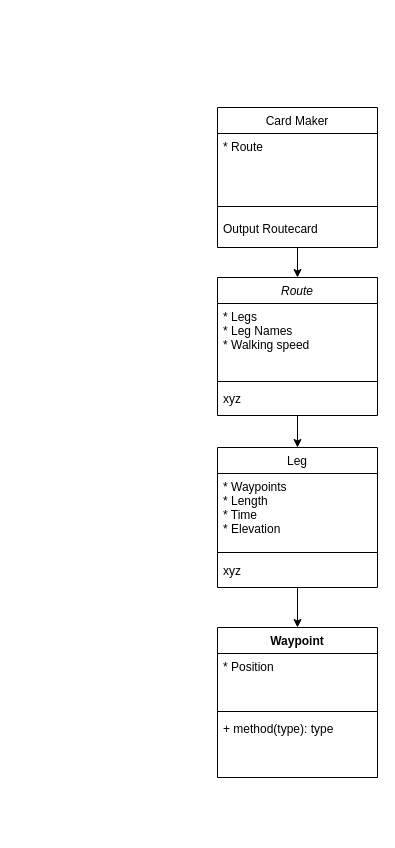
Jet-b/NEA-Route-Planner- keeps this draw.io diagram as Class Diagram.drawio. Above is the earlier version. Source tidied: cells renumbered, new cells numbered last; positions are measured from the earlier drawing's top-left corner, leaving out a move shared by most shapes. Both pictures are drawn from the tidied source at 100%, with x=0, y=0 at pixel (217, 107).
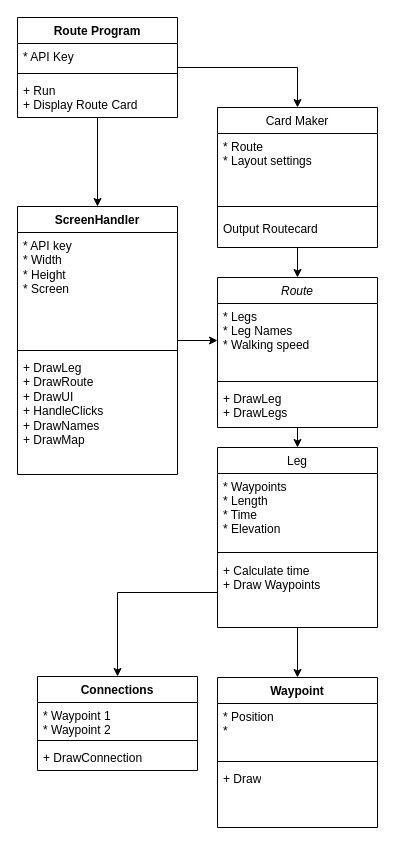
Above is the later version.

Commit message:
updated class diagrams

Unchanged cells that the change refers to:
```xml
<mxCell id="13" value="Card Maker" style="swimlane;fontStyle=0;align=center;verticalAlign=top;horizontal=1;startSize=26;rounded=0;shadow=0;strokeWidth=1;" parent="1" vertex="1">
  <mxGeometry width="160" height="140" as="geometry" />
</mxCell>
```

Change to the diagram source:
```diff
@@
     <mxCell id="3" value="Route" style="swimlane;fontStyle=2;align=center;verticalAlign=top;horizontal=1;startSize=26;rounded=0;shadow=0;strokeWidth=1;" parent="1" vertex="1">
-      <mxGeometry y="170" width="160" height="138" as="geometry" />
+      <mxGeometry y="170" width="160" height="150" as="geometry" />
     </mxCell>
-    <mxCell id="4" value="* Legs&#10;* Leg Names&#10;* Walking speed" style="text;align=left;verticalAlign=top;spacingLeft=4;spacingRight=4;overflow=hidden;points=[[0,0.5],[1,0.5]];portConstraint=eastwest;" parent="3" vertex="1">
+    <mxCell id="4" value="* Legs&#10;* Leg Names&#10;* Walking speed&#10;&#10;" style="text;align=left;verticalAlign=top;spacingLeft=4;spacingRight=4;overflow=hidden;points=[[0,0.5],[1,0.5]];portConstraint=eastwest;" parent="3" vertex="1">
       <mxGeometry y="26" width="160" height="74" as="geometry" />
     </mxCell>
@@
-    <mxCell id="6" value="xyz" style="text;align=left;verticalAlign=top;spacingLeft=4;spacingRight=4;overflow=hidden;" parent="3" vertex="1">
-      <mxGeometry y="108" width="160" height="26" as="geometry" />
+    <mxCell id="6" value="+ DrawLeg&#10;+ DrawLegs&#10;" style="text;align=left;verticalAlign=top;spacingLeft=4;spacingRight=4;overflow=hidden;" parent="3" vertex="1">
+      <mxGeometry y="108" width="160" height="42" as="geometry" />
     </mxCell>
@@
     <mxCell id="8" value="Leg" style="swimlane;fontStyle=0;align=center;verticalAlign=top;horizontal=1;startSize=26;rounded=0;shadow=0;strokeWidth=1;" parent="1" vertex="1">
-      <mxGeometry y="340" width="160" height="140" as="geometry" />
+      <mxGeometry y="340" width="160" height="180" as="geometry" />
     </mxCell>
@@
-    <mxCell id="11" value="xyz" style="text;align=left;verticalAlign=top;spacingLeft=4;spacingRight=4;overflow=hidden;points=[[0,0.5],[1,0.5]];portConstraint=eastwest;" parent="8" vertex="1">
-      <mxGeometry y="110" width="160" height="26" as="geometry" />
+    <mxCell id="11" value="+ Calculate time&#10;+ Draw Waypoints" style="text;align=left;verticalAlign=top;spacingLeft=4;spacingRight=4;overflow=hidden;points=[[0,0.5],[1,0.5]];portConstraint=eastwest;" parent="8" vertex="1">
+      <mxGeometry y="110" width="160" height="70" as="geometry" />
     </mxCell>
@@
-    <mxCell id="14" value="* Route" style="text;align=left;verticalAlign=top;spacingLeft=4;spacingRight=4;overflow=hidden;" parent="13" vertex="1">
+    <mxCell id="14" value="* Route&#10;* Layout settings" style="text;align=left;verticalAlign=top;spacingLeft=4;spacingRight=4;overflow=hidden;" parent="13" vertex="1">
       <mxGeometry y="26" width="160" height="64" as="geometry" />
     </mxCell>
@@
     <mxCell id="17" value="Waypoint" style="swimlane;fontStyle=1;align=center;verticalAlign=top;horizontal=1;startSize=26;whiteSpace=wrap;html=1;" parent="1" vertex="1">
-      <mxGeometry y="520" width="160" height="150" as="geometry" />
+      <mxGeometry y="570" width="160" height="150" as="geometry" />
     </mxCell>
-    <mxCell id="18" value="* Position&lt;div&gt;&lt;br&gt;&lt;/div&gt;" style="text;strokeColor=none;fillColor=none;align=left;verticalAlign=top;spacingLeft=4;spacingRight=4;overflow=hidden;whiteSpace=wrap;html=1;" parent="17" vertex="1">
+    <mxCell id="18" value="* Position&lt;div&gt;*&amp;nbsp;&lt;/div&gt;" style="text;strokeColor=none;fillColor=none;align=left;verticalAlign=top;spacingLeft=4;spacingRight=4;overflow=hidden;whiteSpace=wrap;html=1;" parent="17" vertex="1">
       <mxGeometry y="26" width="160" height="54" as="geometry" />
     </mxCell>
@@
-    <mxCell id="20" value="+ method(type): type" style="text;strokeColor=none;fillColor=none;align=left;verticalAlign=top;spacingLeft=4;spacingRight=4;overflow=hidden;whiteSpace=wrap;html=1;" parent="17" vertex="1">
+    <mxCell id="20" value="+ Draw" style="text;strokeColor=none;fillColor=none;align=left;verticalAlign=top;spacingLeft=4;spacingRight=4;overflow=hidden;whiteSpace=wrap;html=1;" parent="17" vertex="1">
       <mxGeometry y="88" width="160" height="62" as="geometry" />
     </mxCell>
+    <mxCell id="21" value="ScreenHandler" style="swimlane;fontStyle=1;align=center;verticalAlign=top;horizontal=1;startSize=26;whiteSpace=wrap;html=1;" parent="1" vertex="1">
+      <mxGeometry x="-200" y="99" width="160" height="268" as="geometry" />
+    </mxCell>
+    <mxCell id="22" value="* API key&lt;div&gt;* Width&lt;/div&gt;&lt;div&gt;* Height&lt;/div&gt;&lt;div&gt;* Screen&lt;/div&gt;&lt;div&gt;&lt;br&gt;&lt;/div&gt;" style="text;strokeColor=none;fillColor=none;align=left;verticalAlign=top;spacingLeft=4;spacingRight=4;overflow=hidden;whiteSpace=wrap;html=1;" parent="21" vertex="1">
+      <mxGeometry y="26" width="160" height="114" as="geometry" />
+    </mxCell>
+    <mxCell id="23" style="line;strokeWidth=1;fillColor=none;align=left;verticalAlign=middle;spacingTop=-1;spacingLeft=3;spacingRight=3;labelPosition=right;strokeColor=inherit;" parent="21" vertex="1">
+      <mxGeometry y="140" width="160" height="8" as="geometry" />
+    </mxCell>
+    <mxCell id="24" value="+ DrawLeg&lt;div&gt;+ DrawRoute&lt;/div&gt;&lt;div&gt;+ DrawUI&lt;/div&gt;&lt;div&gt;+ HandleClicks&lt;/div&gt;&lt;div&gt;+ DrawNames&lt;/div&gt;&lt;div&gt;+ DrawMap&lt;/div&gt;" style="text;strokeColor=none;fillColor=none;align=left;verticalAlign=top;spacingLeft=4;spacingRight=4;overflow=hidden;whiteSpace=wrap;html=1;" parent="21" vertex="1">
+      <mxGeometry y="148" width="160" height="120" as="geometry" />
+    </mxCell>
+    <mxCell id="25" style="edgeStyle=orthogonalEdgeStyle;rounded=0;jettySize=auto;html=1;entryX=0;entryY=0.5;entryDx=0;entryDy=0;" parent="1" edge="1" source="21" target="4">
+      <mxGeometry relative="1" as="geometry" />
+    </mxCell>
+    <mxCell id="26" value="Connections" style="swimlane;fontStyle=1;align=center;verticalAlign=top;horizontal=1;startSize=26;whiteSpace=wrap;html=1;" parent="1" vertex="1">
+      <mxGeometry x="-180" y="569" width="160" height="94" as="geometry" />
+    </mxCell>
+    <mxCell id="27" value="* Waypoint 1&lt;div&gt;* Waypoint 2&lt;/div&gt;" style="text;strokeColor=none;fillColor=none;align=left;verticalAlign=top;spacingLeft=4;spacingRight=4;overflow=hidden;whiteSpace=wrap;html=1;" parent="26" vertex="1">
+      <mxGeometry y="26" width="160" height="34" as="geometry" />
+    </mxCell>
+    <mxCell id="28" style="line;strokeWidth=1;fillColor=none;align=left;verticalAlign=middle;spacingTop=-1;spacingLeft=3;spacingRight=3;labelPosition=right;strokeColor=inherit;" parent="26" vertex="1">
+      <mxGeometry y="60" width="160" height="8" as="geometry" />
+    </mxCell>
+    <mxCell id="29" value="+ DrawConnection" style="text;strokeColor=none;fillColor=none;align=left;verticalAlign=top;spacingLeft=4;spacingRight=4;overflow=hidden;whiteSpace=wrap;html=1;" parent="26" vertex="1">
+      <mxGeometry y="68" width="160" height="26" as="geometry" />
+    </mxCell>
+    <mxCell id="30" style="edgeStyle=orthogonalEdgeStyle;rounded=0;jettySize=auto;html=1;exitX=0;exitY=0.5;exitDx=0;exitDy=0;entryX=0.5;entryY=0;entryDx=0;entryDy=0;" parent="1" edge="1" source="11" target="26">
+      <mxGeometry relative="1" as="geometry" />
+    </mxCell>
+    <mxCell id="31" style="edgeStyle=orthogonalEdgeStyle;rounded=0;jettySize=auto;html=1;entryX=0.5;entryY=0;entryDx=0;entryDy=0;" parent="1" edge="1" source="33" target="13">
+      <mxGeometry relative="1" as="geometry" />
+    </mxCell>
+    <mxCell id="32" style="edgeStyle=orthogonalEdgeStyle;rounded=0;jettySize=auto;html=1;entryX=0.5;entryY=0;entryDx=0;entryDy=0;" parent="1" edge="1" source="33" target="21">
+      <mxGeometry relative="1" as="geometry" />
+    </mxCell>
+    <mxCell id="33" value="Route Program" style="swimlane;fontStyle=1;align=center;verticalAlign=top;horizontal=1;startSize=26;whiteSpace=wrap;html=1;" parent="1" vertex="1">
+      <mxGeometry x="-200" y="-90" width="160" height="100" as="geometry" />
+    </mxCell>
+    <mxCell id="34" value="* API Key" style="text;strokeColor=none;fillColor=none;align=left;verticalAlign=top;spacingLeft=4;spacingRight=4;overflow=hidden;whiteSpace=wrap;html=1;" parent="33" vertex="1">
+      <mxGeometry y="26" width="160" height="26" as="geometry" />
+    </mxCell>
+    <mxCell id="35" style="line;strokeWidth=1;fillColor=none;align=left;verticalAlign=middle;spacingTop=-1;spacingLeft=3;spacingRight=3;labelPosition=right;strokeColor=inherit;" parent="33" vertex="1">
+      <mxGeometry y="52" width="160" height="8" as="geometry" />
+    </mxCell>
+    <mxCell id="36" value="+ Run&lt;div&gt;+ Display Route Card&lt;/div&gt;" style="text;strokeColor=none;fillColor=none;align=left;verticalAlign=top;spacingLeft=4;spacingRight=4;overflow=hidden;whiteSpace=wrap;html=1;" parent="33" vertex="1">
+      <mxGeometry y="60" width="160" height="40" as="geometry" />
+    </mxCell>
```
